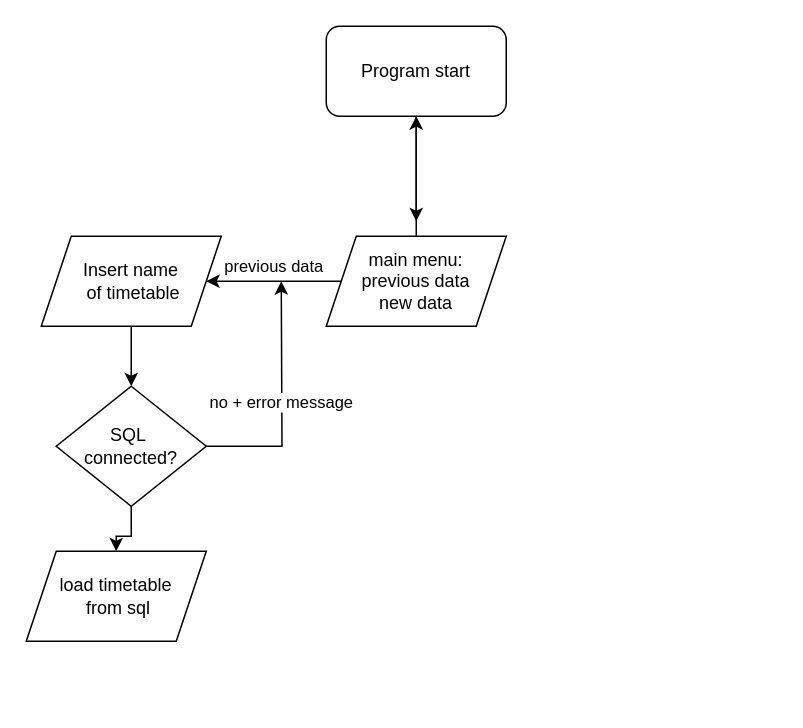
Before: NEA.drawio in Fsmart2164/NEA-v1, a draw.io diagram. Source tidied: cells renumbered, new cells numbered last; positions are measured from the earlier drawing's top-left corner, leaving out a move shared by most shapes. Both pictures are drawn from the tidied source at 150%, with x=0, y=0 at pixel (26, 26).
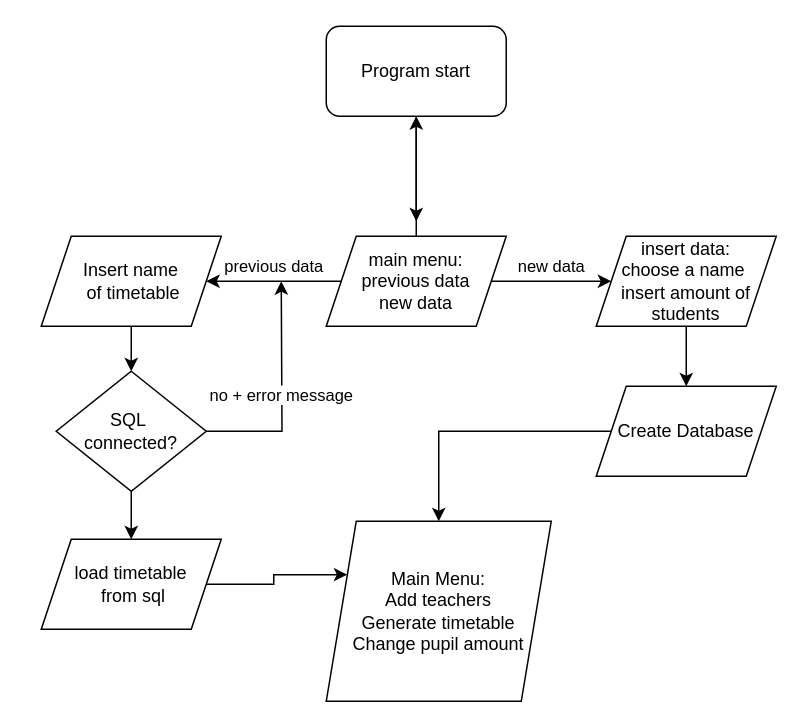
After the change.

Unchanged cells that the change refers to:
```xml
<mxCell id="6" value="main menu:&lt;br&gt;previous data&lt;br&gt;new data" style="shape=parallelogram;perimeter=parallelogramPerimeter;whiteSpace=wrap;html=1;fixedSize=1;" parent="1" vertex="1">
  <mxGeometry x="200" y="140" width="120" height="60" as="geometry" />
</mxCell>
```

Change to the diagram source:
```diff
@@
+    <mxCell id="13" value="new data" style="edgeStyle=orthogonalEdgeStyle;rounded=0;jettySize=auto;html=1;" parent="1" edge="1" source="6" target="16">
+      <mxGeometry y="10" relative="1" as="geometry" />
+    </mxCell>
@@
     <mxCell id="11" value="SQL&amp;nbsp;&lt;div&gt;connected?&lt;/div&gt;" style="rhombus;whiteSpace=wrap;html=1;" parent="1" vertex="1">
-      <mxGeometry x="20" y="240" width="100" height="80" as="geometry" />
+      <mxGeometry x="20" y="230" width="100" height="80" as="geometry" />
     </mxCell>
+    <mxCell id="14" style="edgeStyle=orthogonalEdgeStyle;rounded=0;jettySize=auto;html=1;entryX=0;entryY=0.25;entryDx=0;entryDy=0;" parent="1" edge="1" source="12" target="19">
+      <mxGeometry relative="1" as="geometry" />
+    </mxCell>
     <mxCell id="12" value="load timetable&lt;div&gt;&amp;nbsp;from sql&lt;/div&gt;" style="shape=parallelogram;perimeter=parallelogramPerimeter;whiteSpace=wrap;html=1;fixedSize=1;" parent="1" vertex="1">
-      <mxGeometry y="350" width="120" height="60" as="geometry" />
+      <mxGeometry x="10" y="342" width="120" height="60" as="geometry" />
     </mxCell>
+    <mxCell id="15" style="edgeStyle=orthogonalEdgeStyle;rounded=0;jettySize=auto;html=1;" parent="1" edge="1" source="16" target="18">
+      <mxGeometry relative="1" as="geometry" />
+    </mxCell>
+    <mxCell id="16" value="&lt;div&gt;insert data:&lt;/div&gt;choose a name&lt;span style=&quot;background-color: transparent; color: light-dark(rgb(0, 0, 0), rgb(255, 255, 255));&quot;&gt;&amp;nbsp;&lt;/span&gt;&lt;div&gt;&lt;span style=&quot;background-color: transparent; color: light-dark(rgb(0, 0, 0), rgb(255, 255, 255));&quot;&gt;insert amount of students&lt;/span&gt;&lt;/div&gt;" style="shape=parallelogram;perimeter=parallelogramPerimeter;whiteSpace=wrap;html=1;fixedSize=1;" parent="1" vertex="1">
+      <mxGeometry x="380" y="140" width="120" height="60" as="geometry" />
+    </mxCell>
+    <mxCell id="17" style="edgeStyle=orthogonalEdgeStyle;rounded=0;jettySize=auto;html=1;entryX=0.5;entryY=0;entryDx=0;entryDy=0;" parent="1" edge="1" source="18" target="19">
+      <mxGeometry relative="1" as="geometry" />
+    </mxCell>
+    <mxCell id="18" value="Create Database" style="shape=parallelogram;perimeter=parallelogramPerimeter;whiteSpace=wrap;html=1;fixedSize=1;" parent="1" vertex="1">
+      <mxGeometry x="380" y="240" width="120" height="60" as="geometry" />
+    </mxCell>
+    <mxCell id="19" value="Main Menu:&lt;div&gt;Add teachers&lt;/div&gt;&lt;div&gt;Generate timetable&lt;/div&gt;&lt;div&gt;Change pupil amount&lt;/div&gt;" style="shape=parallelogram;perimeter=parallelogramPerimeter;whiteSpace=wrap;html=1;fixedSize=1;" parent="1" vertex="1">
+      <mxGeometry x="200" y="330" width="150" height="120" as="geometry" />
+    </mxCell>
```
